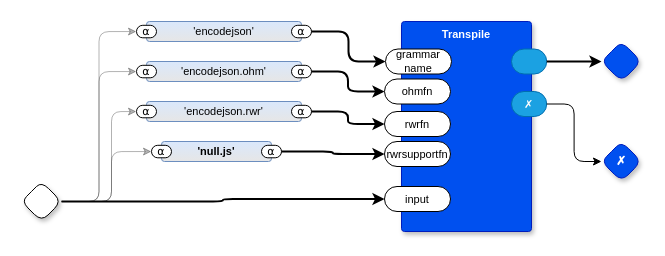
Before: page "Encode JSON" (3 of 21) of gen0d.drawio in guitarvydas/gen0d, a draw.io diagram. Source tidied: cells renumbered, new cells numbered last; positions are measured from the earlier drawing's top-left corner, leaving out a move shared by most shapes. Both pictures are drawn from the tidied source at 100%, with x=0, y=0 at pixel (21, 21).
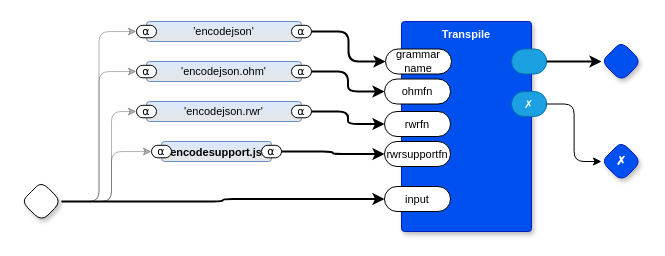
Above is the later version.

The edit, as a diff of the source:
```diff
@@
-    <mxCell id="13" value="'null.js'" style="rounded=1;whiteSpace=wrap;html=1;sketch=0;verticalAlign=middle;arcSize=6;fontStyle=1;absoluteArcSize=1;shadow=0;strokeColor=#6c8ebf;fillColor=#dae8fc;fontFamily=Helvetica;fontSize=11;gradientColor=#E6E6E6;fontColor=default;" parent="1" vertex="1">
+    <mxCell id="13" value="'encodesupport.js'" style="rounded=1;sketch=0;verticalAlign=middle;arcSize=6;fontStyle=1;absoluteArcSize=1;shadow=0;strokeColor=#6c8ebf;fillColor=#dae8fc;fontFamily=Helvetica;fontSize=11;gradientColor=#E6E6E6;fontColor=default;" parent="1" vertex="1">
       <mxGeometry x="140" y="120" width="110" height="20" as="geometry" />
     </mxCell>
```
